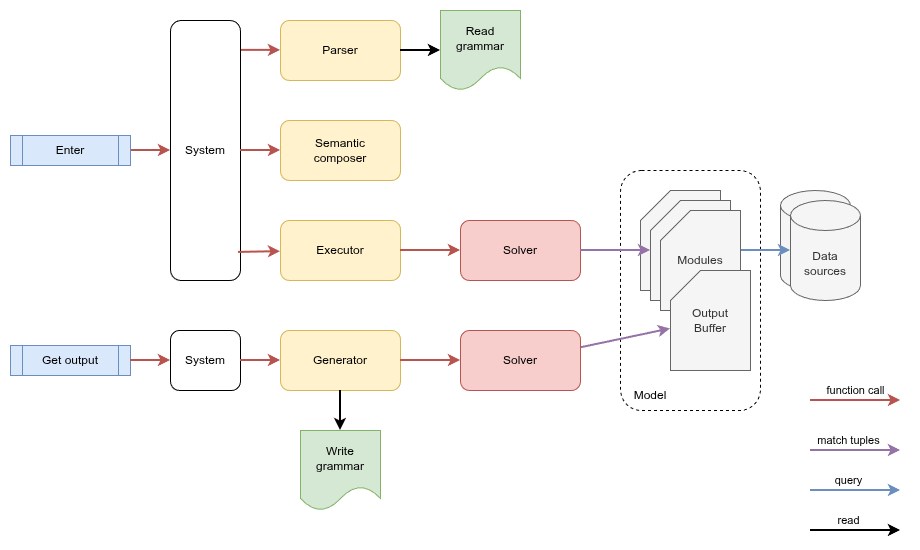
Above: docs/tutorial/assets/system.drawio.png in garfix/vrel (draw.io), before the change. Source tidied: cells renumbered, new cells last; positions are measured from the earlier drawing's top-left corner, leaving out a move shared by most shapes.
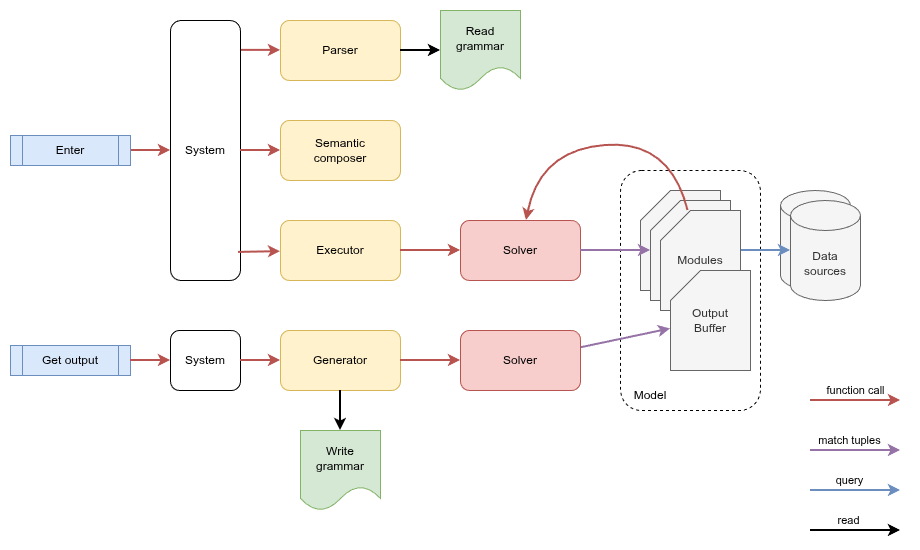
The same file after the commit.

What changed in the source:
```diff
@@ -125,5 +125,13 @@
     <mxCell id="38" value="Model" style="text;html=1;whiteSpace=wrap;strokeColor=none;fillColor=none;align=center;verticalAlign=middle;rounded=0;" parent="1" vertex="1">
       <mxGeometry x="610" y="370" width="60" height="30" as="geometry" />
     </mxCell>
+    <mxCell id="39" style="curved=1;endArrow=classic;html=1;rounded=0;fillColor=#f8cecc;strokeColor=#b85450;strokeWidth=2;" parent="1" edge="1" source="21" target="9">
+      <mxGeometry relative="1" as="geometry">
+        <Array as="points">
+          <mxPoint x="660" y="130" />
+          <mxPoint x="530" y="140" />
+        </Array>
+      </mxGeometry>
+    </mxCell>
   </root>
 </mxGraphModel>
```
